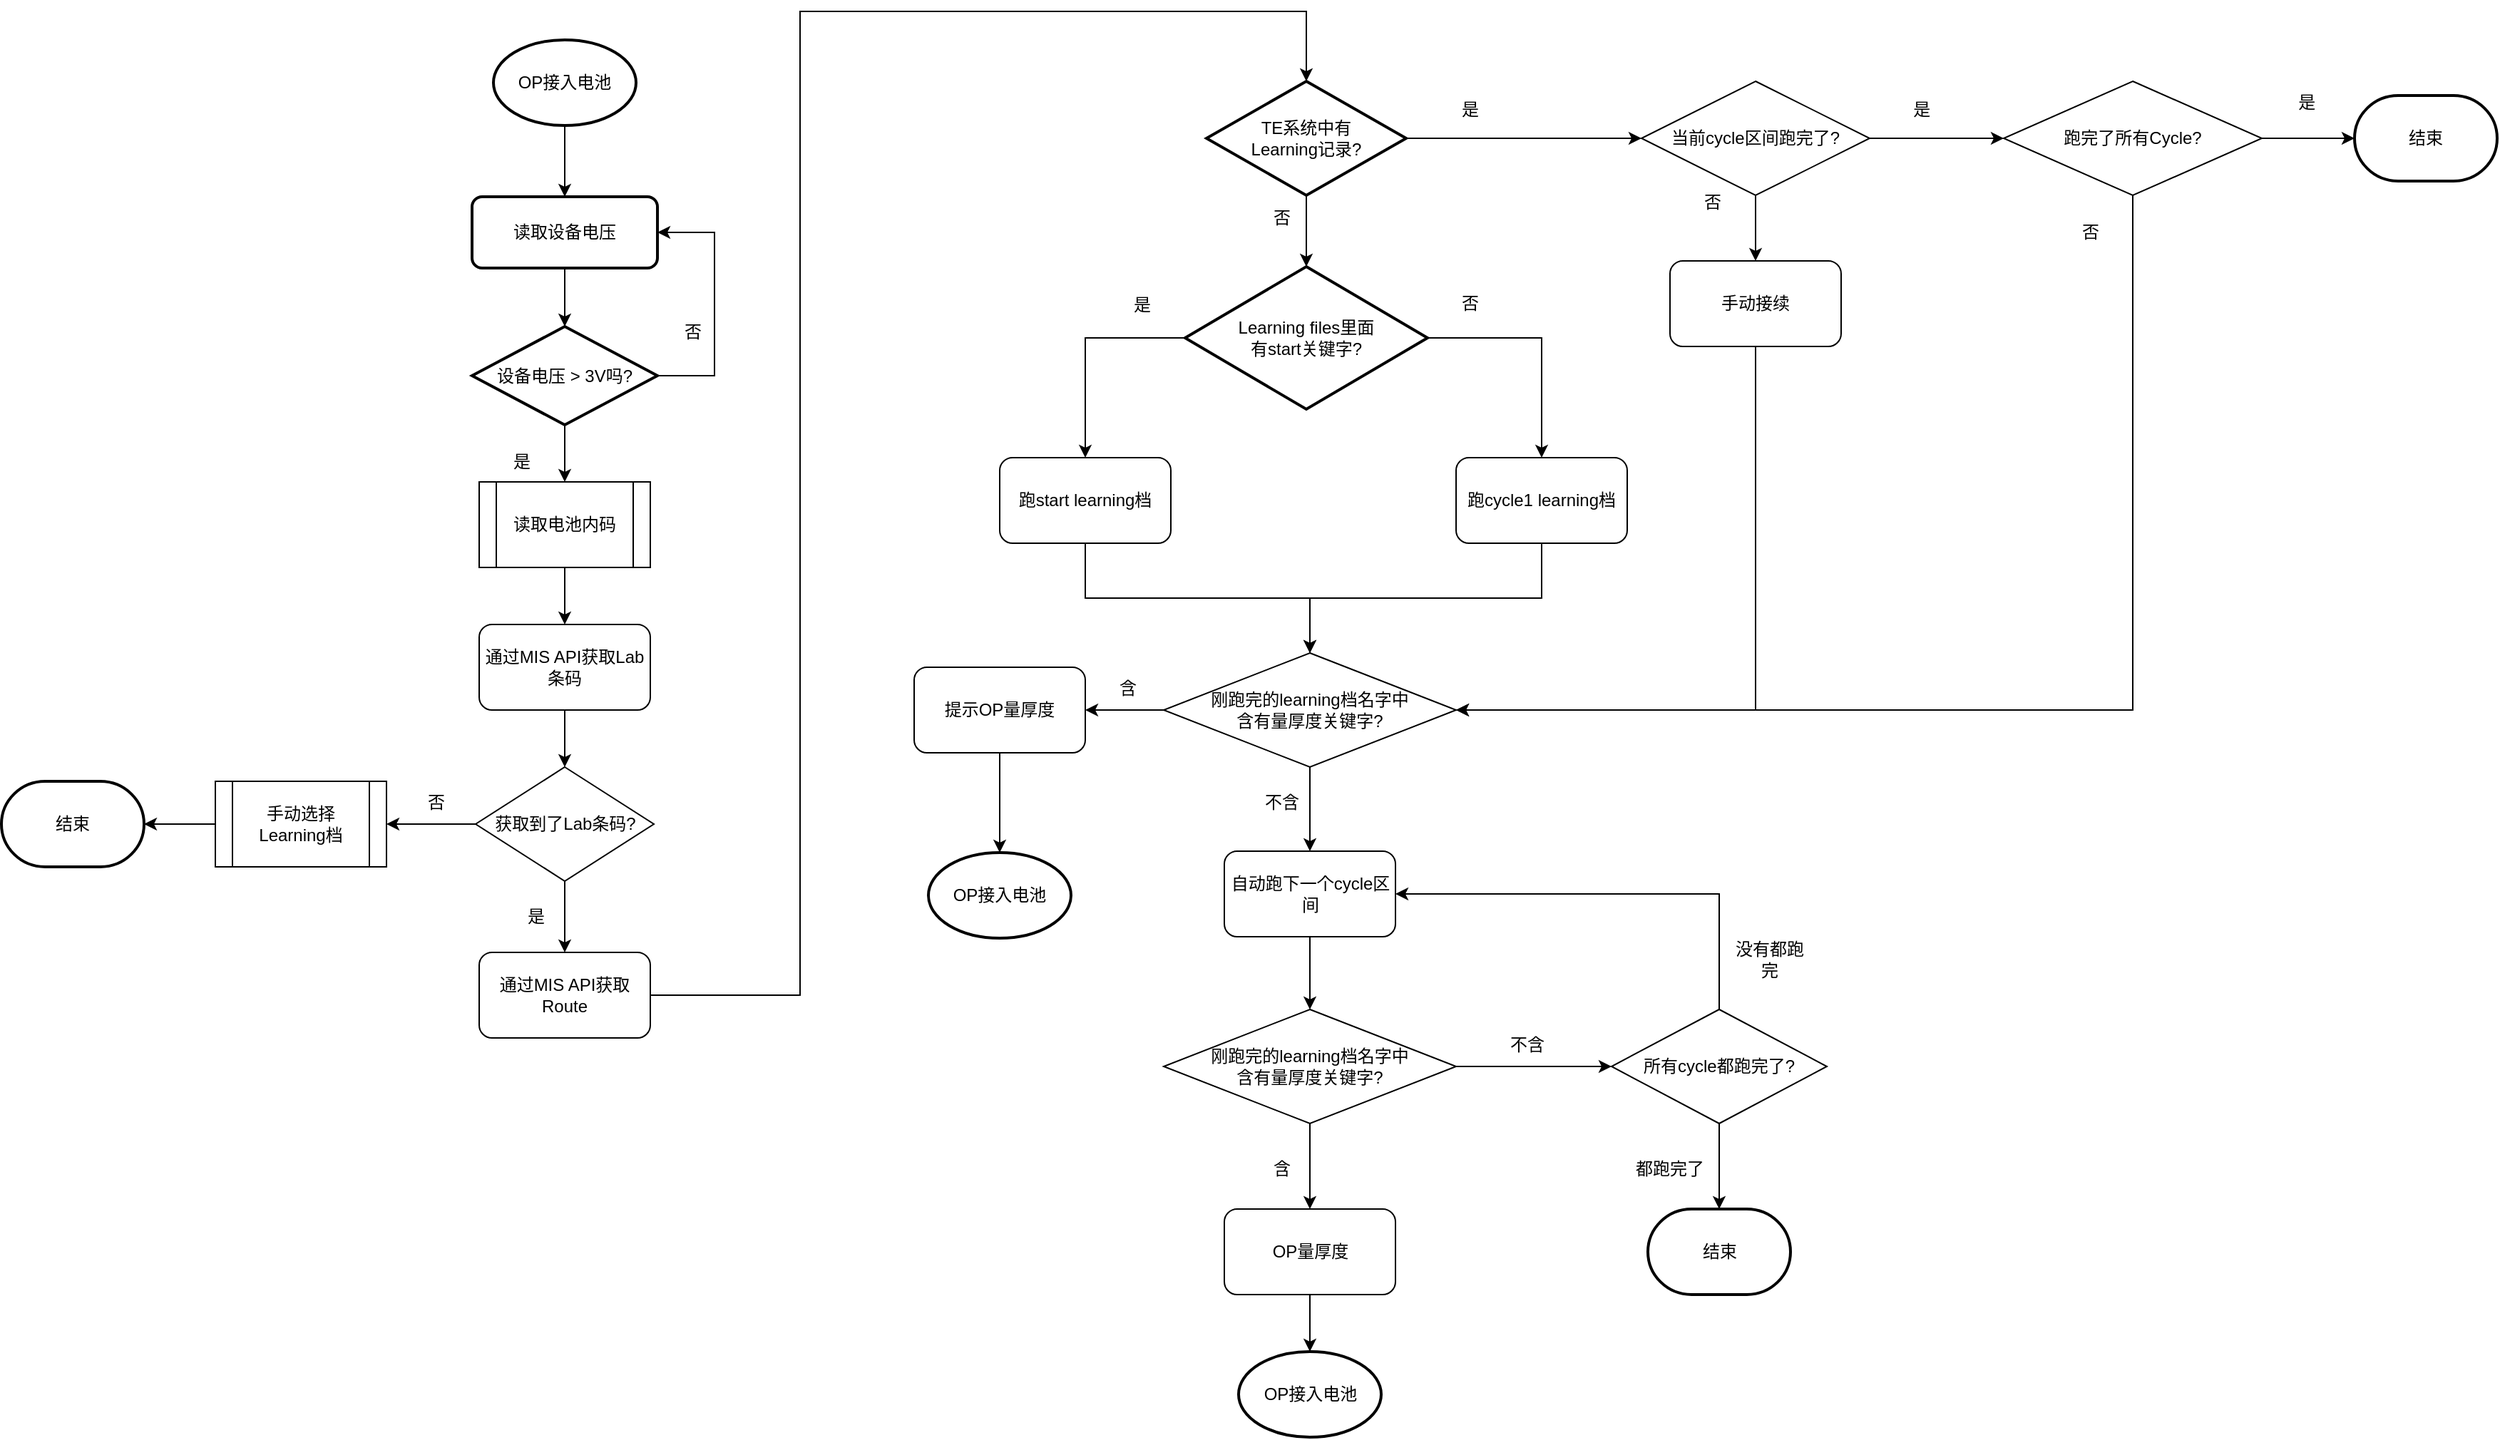
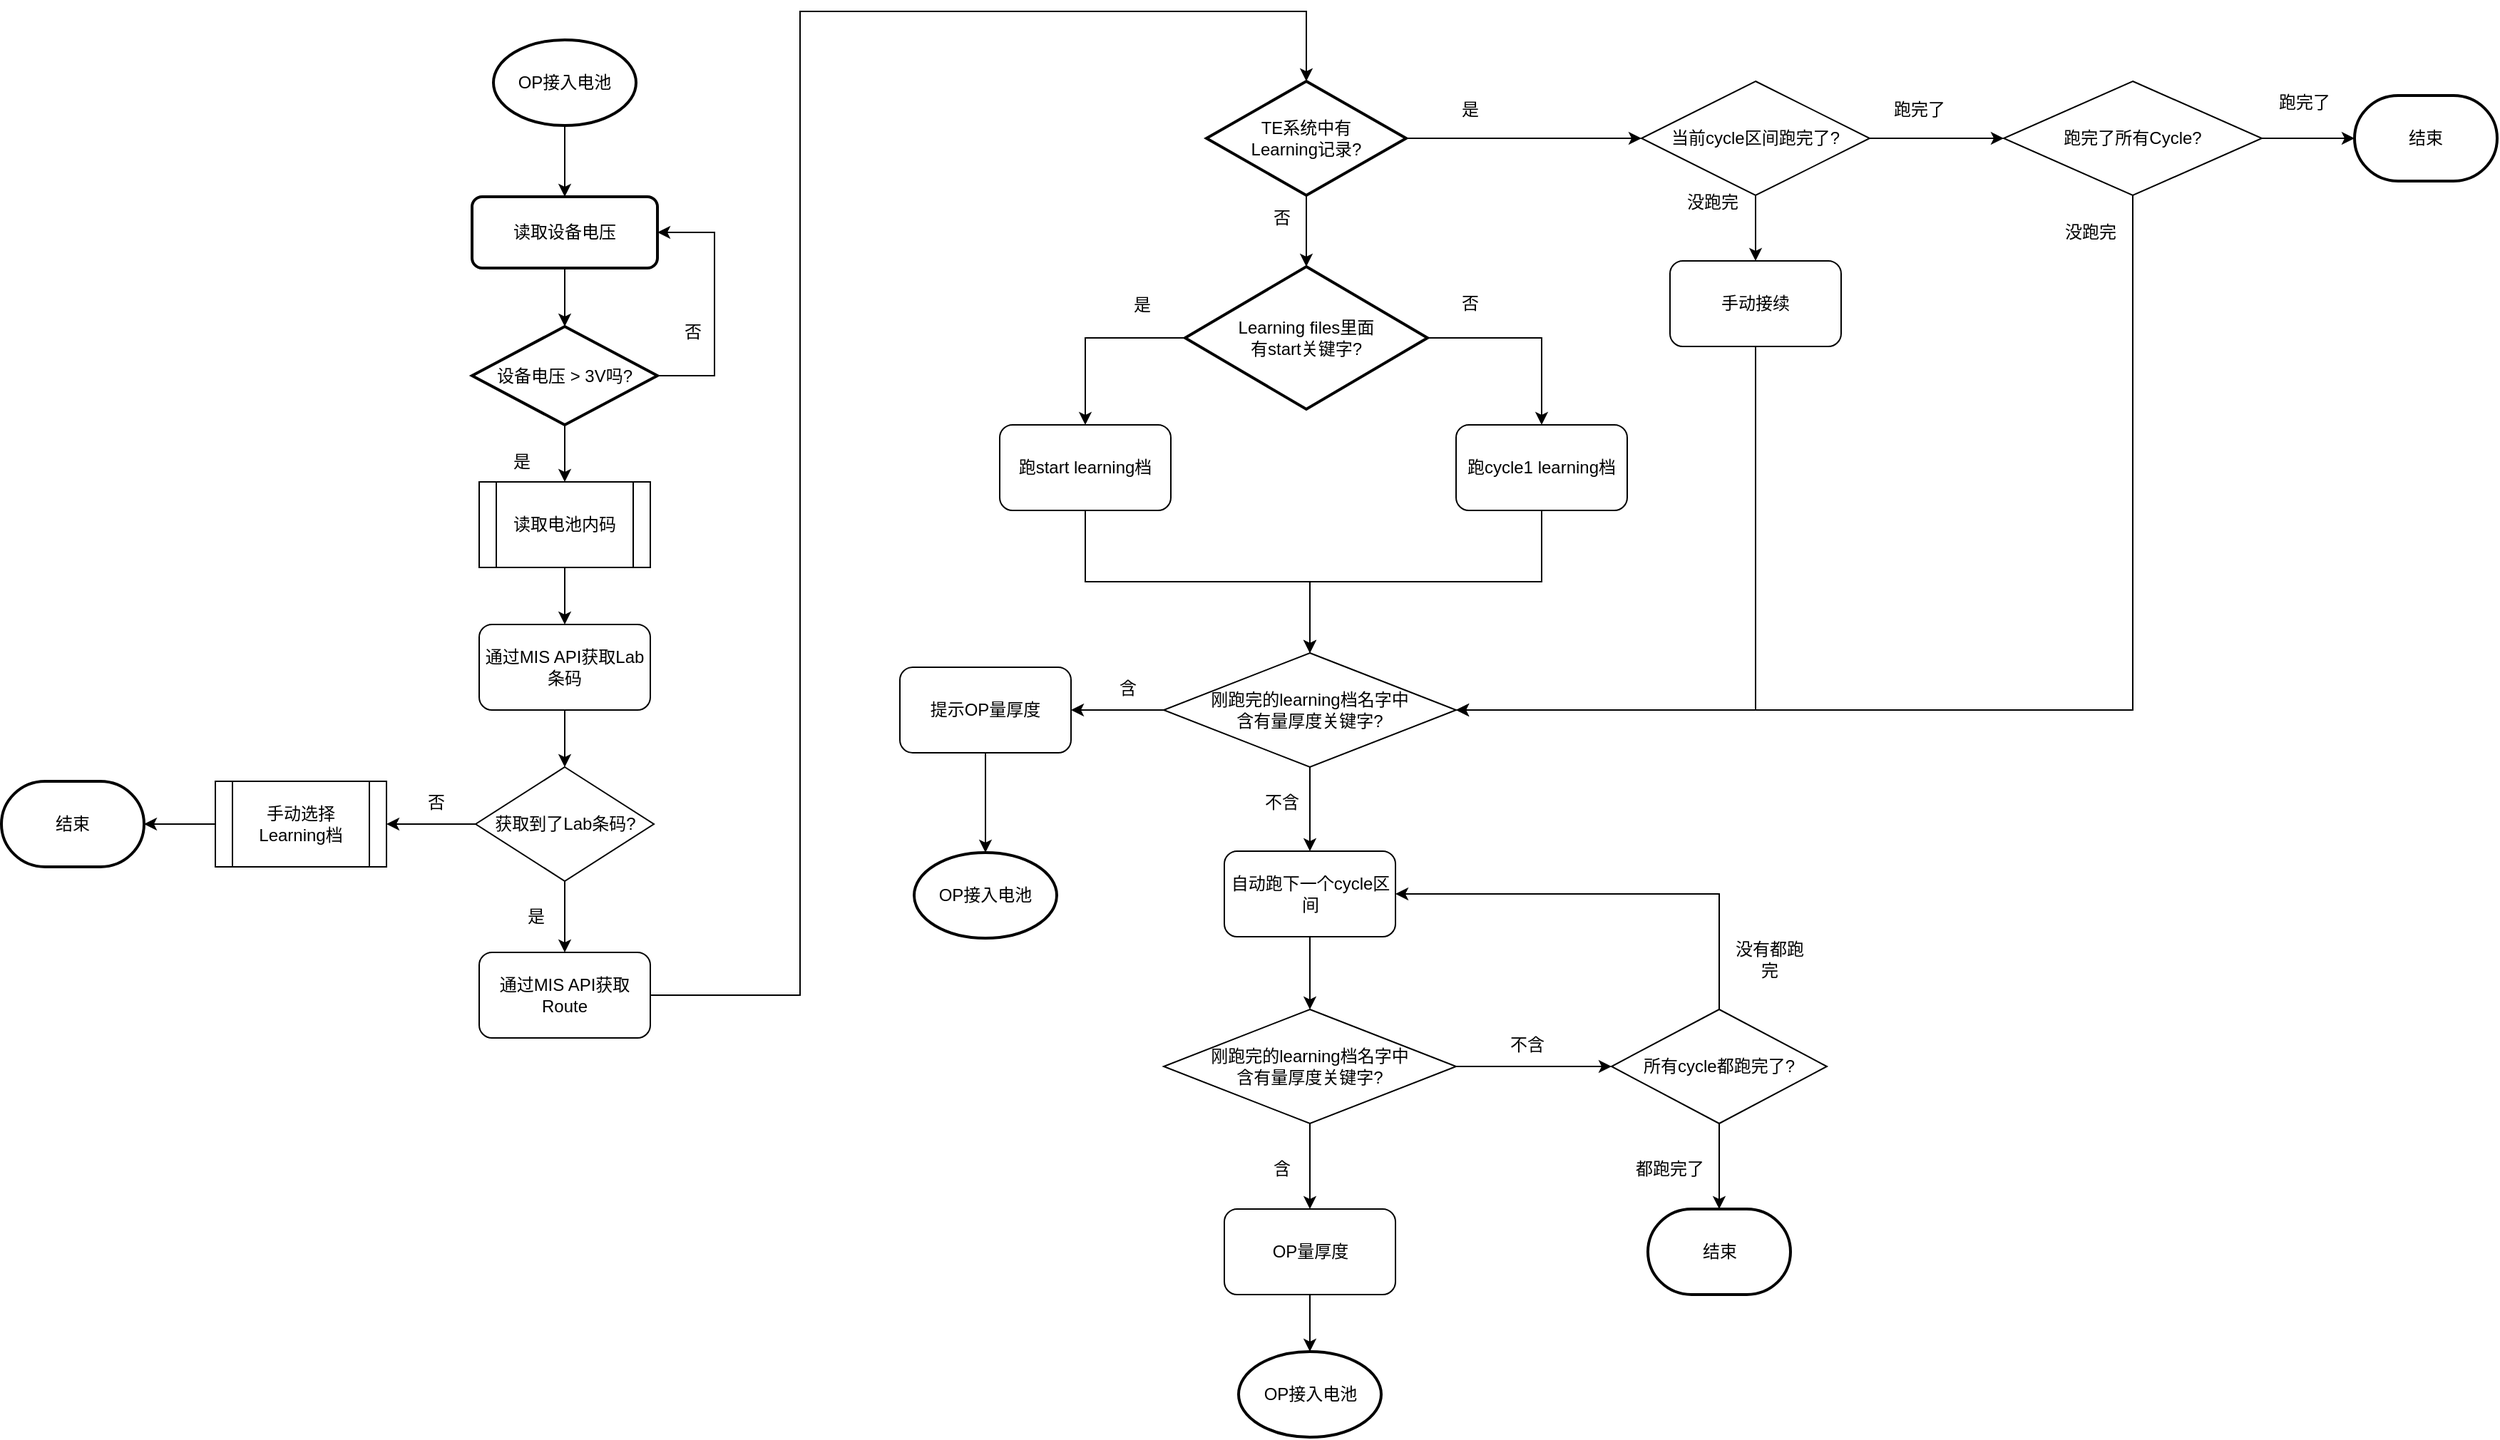
<mxfile host="app.diagrams.net">
  <diagram name="第 1 页" id="3HldnIOuQtLrwHUO-1mN">
    <mxGraphModel dx="1623" dy="813" grid="1" gridSize="10" guides="1" tooltips="1" connect="1" arrows="1" fold="1" page="1" pageScale="1" pageWidth="1169" pageHeight="827" background="#FFFFFF" math="0" shadow="0">
      <root>
        <mxCell id="0" />
        <mxCell id="1" parent="0" />
        <mxCell id="qRa3hty1LtdxE0hFs_0w-8" edge="1" parent="1" source="qRa3hty1LtdxE0hFs_0w-4" style="edgeStyle=orthogonalEdgeStyle;rounded=0;orthogonalLoop=1;jettySize=auto;html=1;" target="qRa3hty1LtdxE0hFs_0w-6" value="">
          <mxGeometry relative="1" as="geometry" />
        </mxCell>
        <mxCell id="qRa3hty1LtdxE0hFs_0w-4" parent="1" style="strokeWidth=2;html=1;shape=mxgraph.flowchart.start_1;whiteSpace=wrap;" value="OP接入电池" vertex="1">
          <mxGeometry height="60" width="100" x="385" y="50" as="geometry" />
        </mxCell>
        <mxCell id="qRa3hty1LtdxE0hFs_0w-9" edge="1" parent="1" source="qRa3hty1LtdxE0hFs_0w-6" style="edgeStyle=orthogonalEdgeStyle;rounded=0;orthogonalLoop=1;jettySize=auto;html=1;" target="qRa3hty1LtdxE0hFs_0w-7" value="">
          <mxGeometry relative="1" as="geometry" />
        </mxCell>
        <mxCell id="qRa3hty1LtdxE0hFs_0w-6" parent="1" style="rounded=1;whiteSpace=wrap;html=1;absoluteArcSize=1;arcSize=14;strokeWidth=2;" value="读取设备电压" vertex="1">
          <mxGeometry height="50" width="130" x="370" y="160" as="geometry" />
        </mxCell>
        <mxCell id="qRa3hty1LtdxE0hFs_0w-14" edge="1" parent="1" source="qRa3hty1LtdxE0hFs_0w-7" style="edgeStyle=orthogonalEdgeStyle;rounded=0;orthogonalLoop=1;jettySize=auto;html=1;" target="qRa3hty1LtdxE0hFs_0w-13" value="">
          <mxGeometry relative="1" as="geometry" />
        </mxCell>
        <mxCell id="qRa3hty1LtdxE0hFs_0w-25" edge="1" parent="1" source="qRa3hty1LtdxE0hFs_0w-7" style="edgeStyle=orthogonalEdgeStyle;rounded=0;orthogonalLoop=1;jettySize=auto;html=1;entryX=1;entryY=0.5;entryDx=0;entryDy=0;" target="qRa3hty1LtdxE0hFs_0w-6">
          <mxGeometry relative="1" as="geometry">
            <Array as="points">
              <mxPoint x="540" y="286" />
              <mxPoint x="540" y="185" />
            </Array>
            <mxPoint x="580" y="180" as="targetPoint" />
          </mxGeometry>
        </mxCell>
        <mxCell id="qRa3hty1LtdxE0hFs_0w-7" parent="1" style="strokeWidth=2;html=1;shape=mxgraph.flowchart.decision;whiteSpace=wrap;" value="设备电压 &amp;gt; 3V吗?" vertex="1">
          <mxGeometry height="69" width="130" x="370" y="251" as="geometry" />
        </mxCell>
        <mxCell id="qRa3hty1LtdxE0hFs_0w-11" parent="1" style="text;html=1;whiteSpace=wrap;strokeColor=none;fillColor=none;align=center;verticalAlign=middle;rounded=0;" value="&lt;div&gt;否&lt;/div&gt;" vertex="1">
          <mxGeometry height="30" width="60" x="495" y="240" as="geometry" />
        </mxCell>
        <mxCell id="qRa3hty1LtdxE0hFs_0w-12" parent="1" style="text;html=1;whiteSpace=wrap;strokeColor=none;fillColor=none;align=center;verticalAlign=middle;rounded=0;" value="&lt;div&gt;是&lt;/div&gt;" vertex="1">
          <mxGeometry height="30" width="60" x="375" y="331" as="geometry" />
        </mxCell>
        <mxCell id="qRa3hty1LtdxE0hFs_0w-16" edge="1" parent="1" source="qRa3hty1LtdxE0hFs_0w-13" style="edgeStyle=orthogonalEdgeStyle;rounded=0;orthogonalLoop=1;jettySize=auto;html=1;" target="qRa3hty1LtdxE0hFs_0w-15" value="">
          <mxGeometry relative="1" as="geometry" />
        </mxCell>
        <mxCell id="qRa3hty1LtdxE0hFs_0w-13" parent="1" style="shape=process;whiteSpace=wrap;html=1;backgroundOutline=1;" value="读取电池内码" vertex="1">
          <mxGeometry height="60" width="120" x="375" y="360" as="geometry" />
        </mxCell>
        <mxCell id="qRa3hty1LtdxE0hFs_0w-20" edge="1" parent="1" source="qRa3hty1LtdxE0hFs_0w-15" style="edgeStyle=orthogonalEdgeStyle;rounded=0;orthogonalLoop=1;jettySize=auto;html=1;" target="qRa3hty1LtdxE0hFs_0w-19" value="">
          <mxGeometry relative="1" as="geometry" />
        </mxCell>
        <mxCell id="qRa3hty1LtdxE0hFs_0w-15" parent="1" style="rounded=1;whiteSpace=wrap;html=1;" value="通过MIS API获取Lab条码" vertex="1">
          <mxGeometry height="60" width="120" x="375" y="460" as="geometry" />
        </mxCell>
        <mxCell id="qRa3hty1LtdxE0hFs_0w-31" edge="1" parent="1" source="qRa3hty1LtdxE0hFs_0w-17" style="edgeStyle=orthogonalEdgeStyle;rounded=0;orthogonalLoop=1;jettySize=auto;html=1;entryX=0.5;entryY=0;entryDx=0;entryDy=0;entryPerimeter=0;" target="qRa3hty1LtdxE0hFs_0w-30" value="">
          <mxGeometry relative="1" as="geometry">
            <Array as="points">
              <mxPoint x="600" y="720" />
              <mxPoint x="600" y="30" />
              <mxPoint x="955" y="30" />
            </Array>
          </mxGeometry>
        </mxCell>
        <mxCell id="qRa3hty1LtdxE0hFs_0w-17" parent="1" style="rounded=1;whiteSpace=wrap;html=1;" value="通过MIS API获取Route" vertex="1">
          <mxGeometry height="60" width="120" x="375" y="690" as="geometry" />
        </mxCell>
        <mxCell id="qRa3hty1LtdxE0hFs_0w-21" edge="1" parent="1" source="qRa3hty1LtdxE0hFs_0w-19" style="edgeStyle=orthogonalEdgeStyle;rounded=0;orthogonalLoop=1;jettySize=auto;html=1;" target="qRa3hty1LtdxE0hFs_0w-17" value="">
          <mxGeometry relative="1" as="geometry" />
        </mxCell>
        <mxCell id="qRa3hty1LtdxE0hFs_0w-27" edge="1" parent="1" source="qRa3hty1LtdxE0hFs_0w-19" style="edgeStyle=orthogonalEdgeStyle;rounded=0;orthogonalLoop=1;jettySize=auto;html=1;" target="qRa3hty1LtdxE0hFs_0w-26" value="">
          <mxGeometry relative="1" as="geometry" />
        </mxCell>
        <mxCell id="qRa3hty1LtdxE0hFs_0w-19" parent="1" style="rhombus;whiteSpace=wrap;html=1;" value="获取到了Lab条码?" vertex="1">
          <mxGeometry height="80" width="125" x="372.5" y="560" as="geometry" />
        </mxCell>
        <mxCell id="qRa3hty1LtdxE0hFs_0w-22" parent="1" style="text;html=1;whiteSpace=wrap;strokeColor=none;fillColor=none;align=center;verticalAlign=middle;rounded=0;" value="是" vertex="1">
          <mxGeometry height="30" width="60" x="385" y="650" as="geometry" />
        </mxCell>
        <mxCell id="qRa3hty1LtdxE0hFs_0w-29" edge="1" parent="1" source="qRa3hty1LtdxE0hFs_0w-26" style="edgeStyle=orthogonalEdgeStyle;rounded=0;orthogonalLoop=1;jettySize=auto;html=1;" target="qRa3hty1LtdxE0hFs_0w-28" value="">
          <mxGeometry relative="1" as="geometry" />
        </mxCell>
        <mxCell id="qRa3hty1LtdxE0hFs_0w-26" parent="1" style="shape=process;whiteSpace=wrap;html=1;backgroundOutline=1;" value="手动选择Learning档" vertex="1">
          <mxGeometry height="60" width="120" x="190" y="570" as="geometry" />
        </mxCell>
        <mxCell id="qRa3hty1LtdxE0hFs_0w-28" parent="1" style="strokeWidth=2;html=1;shape=mxgraph.flowchart.terminator;whiteSpace=wrap;" value="结束" vertex="1">
          <mxGeometry height="60" width="100" x="40" y="570" as="geometry" />
        </mxCell>
        <mxCell id="qRa3hty1LtdxE0hFs_0w-34" edge="1" parent="1" source="qRa3hty1LtdxE0hFs_0w-30" style="edgeStyle=orthogonalEdgeStyle;rounded=0;orthogonalLoop=1;jettySize=auto;html=1;" target="qRa3hty1LtdxE0hFs_0w-33" value="">
          <mxGeometry relative="1" as="geometry" />
        </mxCell>
        <mxCell id="qRa3hty1LtdxE0hFs_0w-38" edge="1" parent="1" source="qRa3hty1LtdxE0hFs_0w-30" style="edgeStyle=orthogonalEdgeStyle;rounded=0;orthogonalLoop=1;jettySize=auto;html=1;" target="qRa3hty1LtdxE0hFs_0w-37" value="">
          <mxGeometry relative="1" as="geometry" />
        </mxCell>
        <mxCell id="qRa3hty1LtdxE0hFs_0w-30" parent="1" style="strokeWidth=2;html=1;shape=mxgraph.flowchart.decision;whiteSpace=wrap;" value="&lt;div&gt;TE系统中有&lt;/div&gt;&lt;div&gt;Learning记录?&lt;/div&gt;" vertex="1">
          <mxGeometry height="80" width="140" x="885" y="79" as="geometry" />
        </mxCell>
        <mxCell id="qRa3hty1LtdxE0hFs_0w-45" edge="1" parent="1" source="qRa3hty1LtdxE0hFs_0w-33" style="edgeStyle=orthogonalEdgeStyle;rounded=0;orthogonalLoop=1;jettySize=auto;html=1;" target="qRa3hty1LtdxE0hFs_0w-44" value="">
          <mxGeometry relative="1" as="geometry" />
        </mxCell>
        <mxCell id="qRa3hty1LtdxE0hFs_0w-67" edge="1" parent="1" source="qRa3hty1LtdxE0hFs_0w-33" style="edgeStyle=orthogonalEdgeStyle;rounded=0;orthogonalLoop=1;jettySize=auto;html=1;entryX=0.5;entryY=0;entryDx=0;entryDy=0;exitX=1;exitY=0.5;exitDx=0;exitDy=0;exitPerimeter=0;" target="qRa3hty1LtdxE0hFs_0w-66">
          <mxGeometry relative="1" as="geometry" />
        </mxCell>
        <mxCell id="qRa3hty1LtdxE0hFs_0w-33" parent="1" style="strokeWidth=2;html=1;shape=mxgraph.flowchart.decision;whiteSpace=wrap;" value="&lt;div&gt;Learning files里面&lt;/div&gt;&lt;div&gt;有start关键字?&lt;/div&gt;" vertex="1">
          <mxGeometry height="100" width="170" x="870" y="209" as="geometry" />
        </mxCell>
        <mxCell id="qRa3hty1LtdxE0hFs_0w-35" parent="1" style="text;html=1;whiteSpace=wrap;strokeColor=none;fillColor=none;align=center;verticalAlign=middle;rounded=0;" value="否" vertex="1">
          <mxGeometry height="30" width="60" x="907.5" y="160" as="geometry" />
        </mxCell>
        <mxCell id="qRa3hty1LtdxE0hFs_0w-36" parent="1" style="text;html=1;whiteSpace=wrap;strokeColor=none;fillColor=none;align=center;verticalAlign=middle;rounded=0;" value="是" vertex="1">
          <mxGeometry height="30" width="60" x="1040" y="84" as="geometry" />
        </mxCell>
        <mxCell id="qRa3hty1LtdxE0hFs_0w-40" edge="1" parent="1" source="qRa3hty1LtdxE0hFs_0w-37" style="edgeStyle=orthogonalEdgeStyle;rounded=0;orthogonalLoop=1;jettySize=auto;html=1;" target="qRa3hty1LtdxE0hFs_0w-39" value="">
          <mxGeometry relative="1" as="geometry" />
        </mxCell>
        <mxCell id="qRa3hty1LtdxE0hFs_0w-65" edge="1" parent="1" source="qRa3hty1LtdxE0hFs_0w-37" style="edgeStyle=orthogonalEdgeStyle;rounded=0;orthogonalLoop=1;jettySize=auto;html=1;" target="qRa3hty1LtdxE0hFs_0w-59" value="">
          <mxGeometry relative="1" as="geometry" />
        </mxCell>
        <mxCell id="qRa3hty1LtdxE0hFs_0w-37" parent="1" style="rhombus;whiteSpace=wrap;html=1;" value="当前cycle区间跑完了?" vertex="1">
          <mxGeometry height="80" width="160" x="1190" y="79" as="geometry" />
        </mxCell>
        <mxCell id="qRa3hty1LtdxE0hFs_0w-74" edge="1" parent="1" source="qRa3hty1LtdxE0hFs_0w-39" style="edgeStyle=orthogonalEdgeStyle;rounded=0;orthogonalLoop=1;jettySize=auto;html=1;entryX=1;entryY=0.5;entryDx=0;entryDy=0;exitX=0.5;exitY=1;exitDx=0;exitDy=0;" target="qRa3hty1LtdxE0hFs_0w-49">
          <mxGeometry relative="1" as="geometry">
            <Array as="points">
              <mxPoint x="1270" y="520" />
            </Array>
            <mxPoint x="1270" y="260" as="sourcePoint" />
          </mxGeometry>
        </mxCell>
        <mxCell id="qRa3hty1LtdxE0hFs_0w-39" parent="1" style="rounded=1;whiteSpace=wrap;html=1;" value="手动接续" vertex="1">
          <mxGeometry height="60" width="120" x="1210" y="205" as="geometry" />
        </mxCell>
-         <mxCell id="qRa3hty1LtdxE0hFs_0w-41" parent="1" style="text;html=1;whiteSpace=wrap;strokeColor=none;fillColor=none;align=center;verticalAlign=middle;rounded=0;" value="否" vertex="1">
+         <mxCell id="qRa3hty1LtdxE0hFs_0w-41" parent="1" style="text;html=1;whiteSpace=wrap;strokeColor=none;fillColor=none;align=center;verticalAlign=middle;rounded=0;" value="没跑完" vertex="1">
          <mxGeometry height="30" width="60" x="1210" y="149" as="geometry" />
        </mxCell>
        <mxCell id="qRa3hty1LtdxE0hFs_0w-71" edge="1" parent="1" source="qRa3hty1LtdxE0hFs_0w-44" style="edgeStyle=orthogonalEdgeStyle;rounded=0;orthogonalLoop=1;jettySize=auto;html=1;entryX=0.5;entryY=0;entryDx=0;entryDy=0;" target="qRa3hty1LtdxE0hFs_0w-49">
          <mxGeometry relative="1" as="geometry" />
        </mxCell>
        <mxCell id="qRa3hty1LtdxE0hFs_0w-44" parent="1" style="rounded=1;whiteSpace=wrap;html=1;" value="跑start learning档" vertex="1">
-           <mxGeometry height="60" width="120" x="740" y="343" as="geometry" />
+           <mxGeometry height="60" width="120" x="740" y="320" as="geometry" />
        </mxCell>
        <mxCell id="qRa3hty1LtdxE0hFs_0w-46" parent="1" style="text;html=1;whiteSpace=wrap;strokeColor=none;fillColor=none;align=center;verticalAlign=middle;rounded=0;" value="是" vertex="1">
          <mxGeometry height="30" width="60" x="810" y="221" as="geometry" />
        </mxCell>
        <mxCell id="qRa3hty1LtdxE0hFs_0w-52" edge="1" parent="1" source="qRa3hty1LtdxE0hFs_0w-49" style="edgeStyle=orthogonalEdgeStyle;rounded=0;orthogonalLoop=1;jettySize=auto;html=1;" target="qRa3hty1LtdxE0hFs_0w-51" value="">
          <mxGeometry relative="1" as="geometry" />
        </mxCell>
        <mxCell id="qRa3hty1LtdxE0hFs_0w-56" edge="1" parent="1" source="qRa3hty1LtdxE0hFs_0w-49" style="edgeStyle=orthogonalEdgeStyle;rounded=0;orthogonalLoop=1;jettySize=auto;html=1;" target="qRa3hty1LtdxE0hFs_0w-55" value="">
          <mxGeometry relative="1" as="geometry" />
        </mxCell>
        <mxCell id="qRa3hty1LtdxE0hFs_0w-49" parent="1" style="rhombus;whiteSpace=wrap;html=1;" value="&lt;div&gt;刚跑完的learning档名字中&lt;/div&gt;&lt;div&gt;含有量厚度关键字?&lt;/div&gt;" vertex="1">
          <mxGeometry height="80" width="205" x="855" y="480" as="geometry" />
        </mxCell>
        <mxCell id="qRa3hty1LtdxE0hFs_0w-102" edge="1" parent="1" source="qRa3hty1LtdxE0hFs_0w-51" style="edgeStyle=orthogonalEdgeStyle;rounded=0;orthogonalLoop=1;jettySize=auto;html=1;" target="qRa3hty1LtdxE0hFs_0w-101" value="">
          <mxGeometry relative="1" as="geometry" />
        </mxCell>
        <mxCell id="qRa3hty1LtdxE0hFs_0w-51" parent="1" style="rounded=1;whiteSpace=wrap;html=1;" value="提示OP量厚度" vertex="1">
-           <mxGeometry height="60" width="120" x="680" y="490" as="geometry" />
+           <mxGeometry height="60" width="120" x="670" y="490" as="geometry" />
        </mxCell>
        <mxCell id="qRa3hty1LtdxE0hFs_0w-53" parent="1" style="text;html=1;whiteSpace=wrap;strokeColor=none;fillColor=none;align=center;verticalAlign=middle;rounded=0;" value="&lt;div&gt;含&lt;/div&gt;" vertex="1">
          <mxGeometry height="30" width="60" x="800" y="490" as="geometry" />
        </mxCell>
        <mxCell id="qRa3hty1LtdxE0hFs_0w-105" edge="1" parent="1" source="qRa3hty1LtdxE0hFs_0w-55" style="edgeStyle=orthogonalEdgeStyle;rounded=0;orthogonalLoop=1;jettySize=auto;html=1;" target="qRa3hty1LtdxE0hFs_0w-88" value="">
          <mxGeometry relative="1" as="geometry" />
        </mxCell>
        <mxCell id="qRa3hty1LtdxE0hFs_0w-55" parent="1" style="rounded=1;whiteSpace=wrap;html=1;" value="自动跑下一个cycle区间" vertex="1">
          <mxGeometry height="60" width="120" x="897.5" y="619" as="geometry" />
        </mxCell>
        <mxCell id="qRa3hty1LtdxE0hFs_0w-57" parent="1" style="text;html=1;whiteSpace=wrap;strokeColor=none;fillColor=none;align=center;verticalAlign=middle;rounded=0;" value="否" vertex="1">
          <mxGeometry height="30" width="60" x="315" y="570" as="geometry" />
        </mxCell>
-         <mxCell id="qRa3hty1LtdxE0hFs_0w-58" parent="1" style="text;html=1;whiteSpace=wrap;strokeColor=none;fillColor=none;align=center;verticalAlign=middle;rounded=0;" value="&amp;nbsp;是" vertex="1">
+         <mxCell id="qRa3hty1LtdxE0hFs_0w-58" parent="1" style="text;html=1;whiteSpace=wrap;strokeColor=none;fillColor=none;align=center;verticalAlign=middle;rounded=0;" value="跑完了" vertex="1">
          <mxGeometry height="30" width="60" x="1355" y="84" as="geometry" />
        </mxCell>
        <mxCell id="qRa3hty1LtdxE0hFs_0w-64" edge="1" parent="1" source="qRa3hty1LtdxE0hFs_0w-59" style="edgeStyle=orthogonalEdgeStyle;rounded=0;orthogonalLoop=1;jettySize=auto;html=1;" target="qRa3hty1LtdxE0hFs_0w-63" value="">
          <mxGeometry relative="1" as="geometry" />
        </mxCell>
        <mxCell id="qRa3hty1LtdxE0hFs_0w-76" edge="1" parent="1" source="qRa3hty1LtdxE0hFs_0w-59" style="edgeStyle=orthogonalEdgeStyle;rounded=0;orthogonalLoop=1;jettySize=auto;html=1;entryX=1;entryY=0.5;entryDx=0;entryDy=0;" target="qRa3hty1LtdxE0hFs_0w-49">
          <mxGeometry relative="1" as="geometry">
            <Array as="points">
              <mxPoint x="1535" y="520" />
            </Array>
          </mxGeometry>
        </mxCell>
        <mxCell id="qRa3hty1LtdxE0hFs_0w-59" parent="1" style="rhombus;whiteSpace=wrap;html=1;" value="跑完了所有Cycle?" vertex="1">
          <mxGeometry height="80" width="181" x="1444" y="79" as="geometry" />
        </mxCell>
-         <mxCell id="qRa3hty1LtdxE0hFs_0w-60" parent="1" style="text;html=1;whiteSpace=wrap;strokeColor=none;fillColor=none;align=center;verticalAlign=middle;rounded=0;" value="否" vertex="1">
+         <mxCell id="qRa3hty1LtdxE0hFs_0w-60" parent="1" style="text;html=1;whiteSpace=wrap;strokeColor=none;fillColor=none;align=center;verticalAlign=middle;rounded=0;" value="没跑完" vertex="1">
          <mxGeometry height="30" width="60" x="1475" y="170" as="geometry" />
        </mxCell>
-         <mxCell id="qRa3hty1LtdxE0hFs_0w-62" parent="1" style="text;html=1;whiteSpace=wrap;strokeColor=none;fillColor=none;align=center;verticalAlign=middle;rounded=0;" value="&amp;nbsp;是" vertex="1">
+         <mxCell id="qRa3hty1LtdxE0hFs_0w-62" parent="1" style="text;html=1;whiteSpace=wrap;strokeColor=none;fillColor=none;align=center;verticalAlign=middle;rounded=0;" value="跑完了" vertex="1">
          <mxGeometry height="30" width="60" x="1625" y="79" as="geometry" />
        </mxCell>
        <mxCell id="qRa3hty1LtdxE0hFs_0w-63" parent="1" style="strokeWidth=2;html=1;shape=mxgraph.flowchart.terminator;whiteSpace=wrap;" value="结束" vertex="1">
          <mxGeometry height="60" width="100" x="1690" y="89" as="geometry" />
        </mxCell>
        <mxCell id="qRa3hty1LtdxE0hFs_0w-73" edge="1" parent="1" source="qRa3hty1LtdxE0hFs_0w-66" style="edgeStyle=orthogonalEdgeStyle;rounded=0;orthogonalLoop=1;jettySize=auto;html=1;entryX=0.5;entryY=0;entryDx=0;entryDy=0;" target="qRa3hty1LtdxE0hFs_0w-49">
          <mxGeometry relative="1" as="geometry" />
        </mxCell>
        <mxCell id="qRa3hty1LtdxE0hFs_0w-66" parent="1" style="rounded=1;whiteSpace=wrap;html=1;" value="跑cycle1 learning档" vertex="1">
-           <mxGeometry height="60" width="120" x="1060" y="343" as="geometry" />
+           <mxGeometry height="60" width="120" x="1060" y="320" as="geometry" />
        </mxCell>
        <mxCell id="qRa3hty1LtdxE0hFs_0w-68" parent="1" style="text;html=1;whiteSpace=wrap;strokeColor=none;fillColor=none;align=center;verticalAlign=middle;rounded=0;" value="否" vertex="1">
          <mxGeometry height="30" width="60" x="1040" y="220" as="geometry" />
        </mxCell>
        <mxCell id="qRa3hty1LtdxE0hFs_0w-75" parent="1" style="text;html=1;whiteSpace=wrap;strokeColor=none;fillColor=none;align=center;verticalAlign=middle;rounded=0;" value="不含" vertex="1">
          <mxGeometry height="30" width="60" x="907.5" y="570" as="geometry" />
        </mxCell>
        <mxCell id="qRa3hty1LtdxE0hFs_0w-92" edge="1" parent="1" source="qRa3hty1LtdxE0hFs_0w-88" style="edgeStyle=orthogonalEdgeStyle;rounded=0;orthogonalLoop=1;jettySize=auto;html=1;" target="qRa3hty1LtdxE0hFs_0w-91" value="">
          <mxGeometry relative="1" as="geometry" />
        </mxCell>
        <mxCell id="qRa3hty1LtdxE0hFs_0w-108" edge="1" parent="1" source="qRa3hty1LtdxE0hFs_0w-88" style="edgeStyle=orthogonalEdgeStyle;rounded=0;orthogonalLoop=1;jettySize=auto;html=1;" target="qRa3hty1LtdxE0hFs_0w-107" value="">
          <mxGeometry relative="1" as="geometry" />
        </mxCell>
        <mxCell id="qRa3hty1LtdxE0hFs_0w-88" parent="1" style="rhombus;whiteSpace=wrap;html=1;" value="&lt;div&gt;刚跑完的learning档名字中&lt;/div&gt;&lt;div&gt;含有量厚度关键字?&lt;/div&gt;" vertex="1">
          <mxGeometry height="80" width="205" x="855" y="730" as="geometry" />
        </mxCell>
        <mxCell id="qRa3hty1LtdxE0hFs_0w-104" edge="1" parent="1" source="qRa3hty1LtdxE0hFs_0w-91" style="edgeStyle=orthogonalEdgeStyle;rounded=0;orthogonalLoop=1;jettySize=auto;html=1;" target="qRa3hty1LtdxE0hFs_0w-103" value="">
          <mxGeometry relative="1" as="geometry" />
        </mxCell>
        <mxCell id="qRa3hty1LtdxE0hFs_0w-91" parent="1" style="rounded=1;whiteSpace=wrap;html=1;" value="OP量厚度" vertex="1">
          <mxGeometry height="60" width="120" x="897.5" y="870" as="geometry" />
        </mxCell>
        <mxCell id="qRa3hty1LtdxE0hFs_0w-93" parent="1" style="text;html=1;whiteSpace=wrap;strokeColor=none;fillColor=none;align=center;verticalAlign=middle;rounded=0;" value="含" vertex="1">
          <mxGeometry height="30" width="60" x="907.5" y="827" as="geometry" />
        </mxCell>
        <mxCell id="qRa3hty1LtdxE0hFs_0w-95" parent="1" style="text;html=1;whiteSpace=wrap;strokeColor=none;fillColor=none;align=center;verticalAlign=middle;rounded=0;" value="不含" vertex="1">
          <mxGeometry height="30" width="60" x="1080" y="740" as="geometry" />
        </mxCell>
        <mxCell id="qRa3hty1LtdxE0hFs_0w-101" parent="1" style="strokeWidth=2;html=1;shape=mxgraph.flowchart.start_1;whiteSpace=wrap;" value="OP接入电池" vertex="1">
-           <mxGeometry height="60" width="100" x="690" y="620" as="geometry" />
+           <mxGeometry height="60" width="100" x="680" y="620" as="geometry" />
        </mxCell>
        <mxCell id="qRa3hty1LtdxE0hFs_0w-103" parent="1" style="strokeWidth=2;html=1;shape=mxgraph.flowchart.start_1;whiteSpace=wrap;" value="OP接入电池" vertex="1">
          <mxGeometry height="60" width="100" x="907.5" y="970" as="geometry" />
        </mxCell>
        <mxCell id="qRa3hty1LtdxE0hFs_0w-110" edge="1" parent="1" source="qRa3hty1LtdxE0hFs_0w-107" style="edgeStyle=orthogonalEdgeStyle;rounded=0;orthogonalLoop=1;jettySize=auto;html=1;entryX=1;entryY=0.5;entryDx=0;entryDy=0;" target="qRa3hty1LtdxE0hFs_0w-55">
          <mxGeometry relative="1" as="geometry">
            <Array as="points">
              <mxPoint x="1245" y="649" />
            </Array>
          </mxGeometry>
        </mxCell>
        <mxCell id="qRa3hty1LtdxE0hFs_0w-113" edge="1" parent="1" source="qRa3hty1LtdxE0hFs_0w-107" style="edgeStyle=orthogonalEdgeStyle;rounded=0;orthogonalLoop=1;jettySize=auto;html=1;" target="qRa3hty1LtdxE0hFs_0w-112" value="">
          <mxGeometry relative="1" as="geometry" />
        </mxCell>
        <mxCell id="qRa3hty1LtdxE0hFs_0w-107" parent="1" style="rhombus;whiteSpace=wrap;html=1;" value="所有cycle都跑完了?" vertex="1">
          <mxGeometry height="80" width="151" x="1169" y="730" as="geometry" />
        </mxCell>
        <mxCell id="qRa3hty1LtdxE0hFs_0w-111" parent="1" style="text;html=1;whiteSpace=wrap;strokeColor=none;fillColor=none;align=center;verticalAlign=middle;rounded=0;" value="没有都跑完" vertex="1">
          <mxGeometry height="30" width="60" x="1250" y="680" as="geometry" />
        </mxCell>
        <mxCell id="qRa3hty1LtdxE0hFs_0w-112" parent="1" style="strokeWidth=2;html=1;shape=mxgraph.flowchart.terminator;whiteSpace=wrap;" value="结束" vertex="1">
          <mxGeometry height="60" width="100" x="1194.5" y="870" as="geometry" />
        </mxCell>
        <mxCell id="qRa3hty1LtdxE0hFs_0w-114" parent="1" style="text;html=1;whiteSpace=wrap;strokeColor=none;fillColor=none;align=center;verticalAlign=middle;rounded=0;" value="都跑完了" vertex="1">
          <mxGeometry height="30" width="60" x="1180" y="827" as="geometry" />
        </mxCell>
      </root>
    </mxGraphModel>
  </diagram>
</mxfile>
